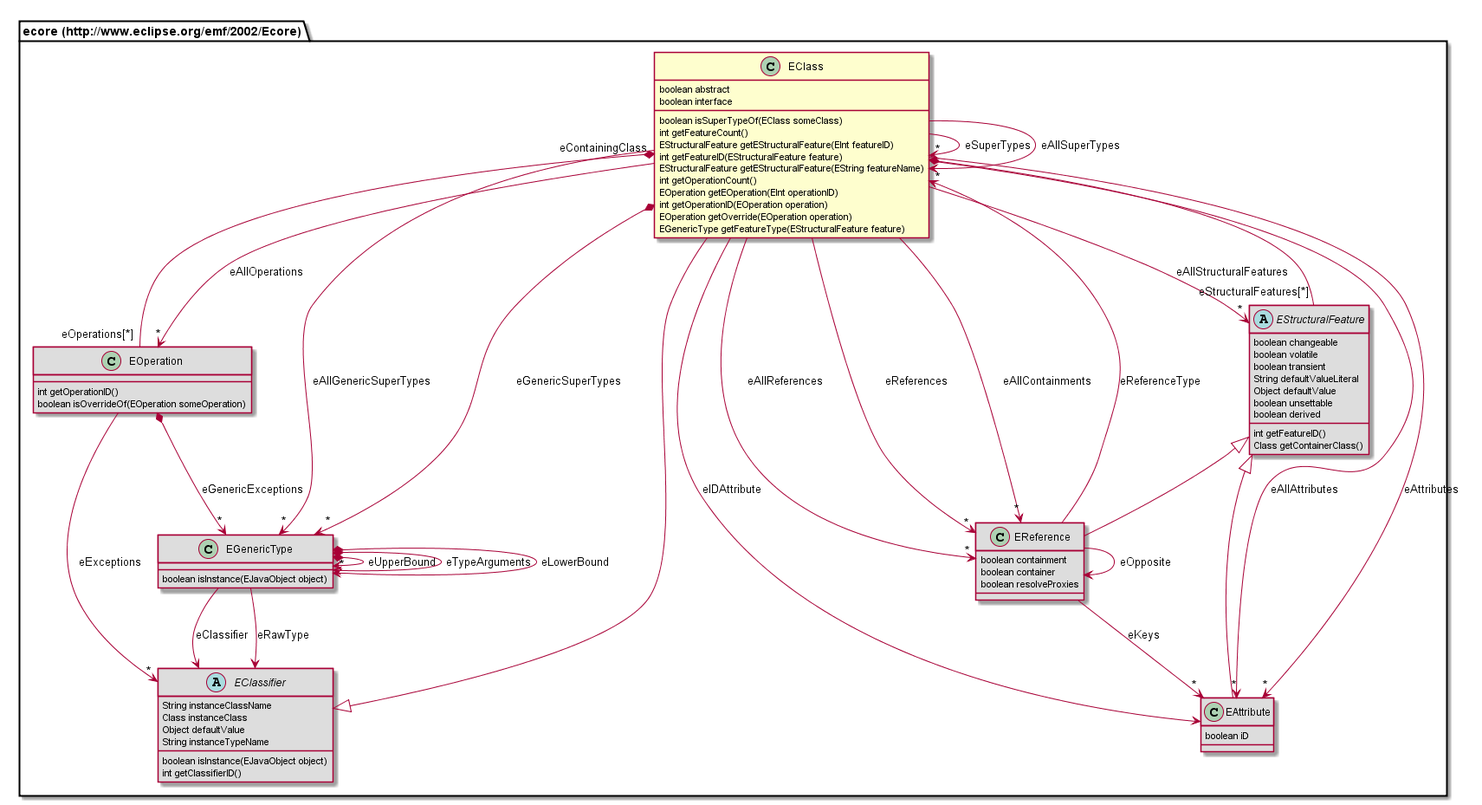
The PlantUML diagram org.nasdanika.cdo.security/site/resources/modeldoc/687474703a2f2f7777772e65636c697073652e6f72672f656d662f323030322f45636f7265/EClass.png in Nasdanika/server, before a commit.
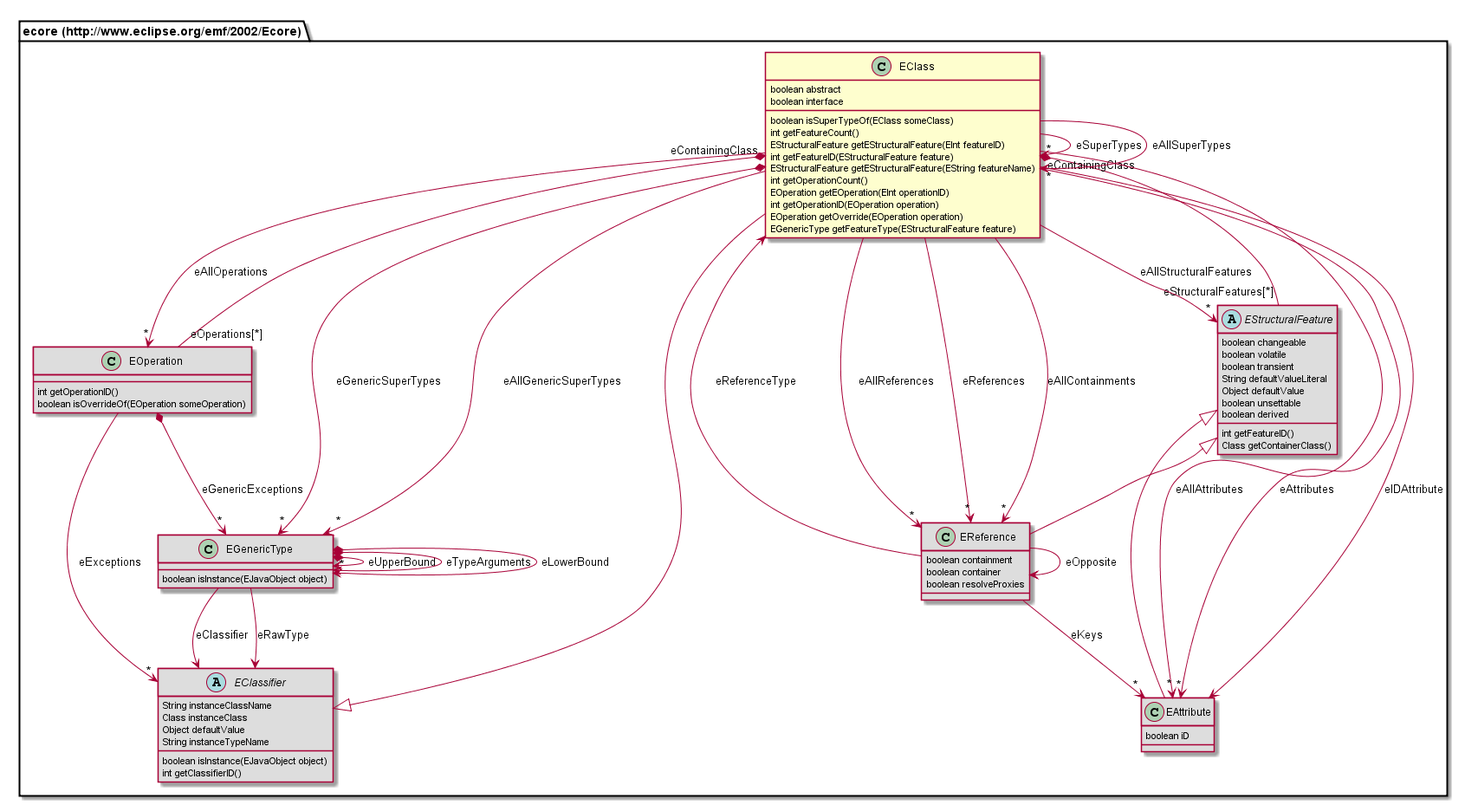
The same file after the commit.

Change to the diagram source:
```diff
@@ -1,5 +1,5 @@
 @startuml
-class "ecore (http://www.eclipse.org/emf/2002/Ecore).EClass" {
+class "ecore (http://www.eclipse.org/emf/2002/Ecore).EClass" [[#router/doc-content/687474703a2f2f7777772e65636c697073652e6f72672f656d662f323030322f45636f7265/EClass.html]] {
 	boolean abstract
 	boolean interface
 	boolean isSuperTypeOf(EClass someClass)
@@ -13,27 +13,22 @@
 	EOperation getOverride(EOperation operation)
 	EGenericType getFeatureType(EStructuralFeature feature)
 }
-class "ecore (http://www.eclipse.org/emf/2002/Ecore).EOperation" #DDDDDD {
+class "ecore (http://www.eclipse.org/emf/2002/Ecore).EOperation" [[#router/doc-content/687474703a2f2f7777772e65636c697073652e6f72672f656d662f323030322f45636f7265/EOperation.html]] #DDDDDD {
 	int getOperationID()
 	boolean isOverrideOf(EOperation someOperation)
 }
-class "ecore (http://www.eclipse.org/emf/2002/Ecore).EGenericType" #DDDDDD {
+class "ecore (http://www.eclipse.org/emf/2002/Ecore).EGenericType" [[#router/doc-content/687474703a2f2f7777772e65636c697073652e6f72672f656d662f323030322f45636f7265/EGenericType.html]] #DDDDDD {
 	boolean isInstance(EJavaObject object)
 }
-class "ecore (http://www.eclipse.org/emf/2002/Ecore).EReference" #DDDDDD {
+class "ecore (http://www.eclipse.org/emf/2002/Ecore).EAttribute" [[#router/doc-content/687474703a2f2f7777772e65636c697073652e6f72672f656d662f323030322f45636f7265/EAttribute.html]] #DDDDDD {
+	boolean iD
+}
+class "ecore (http://www.eclipse.org/emf/2002/Ecore).EReference" [[#router/doc-content/687474703a2f2f7777772e65636c697073652e6f72672f656d662f323030322f45636f7265/EReference.html]] #DDDDDD {
 	boolean containment
 	boolean container
 	boolean resolveProxies
 }
-abstract class "ecore (http://www.eclipse.org/emf/2002/Ecore).EClassifier" #DDDDDD {
-	String instanceClassName
-	Class instanceClass
-	Object defaultValue
-	String instanceTypeName
-	boolean isInstance(EJavaObject object)
-	int getClassifierID()
-}
-abstract class "ecore (http://www.eclipse.org/emf/2002/Ecore).EStructuralFeature" #DDDDDD {
+abstract class "ecore (http://www.eclipse.org/emf/2002/Ecore).EStructuralFeature" [[#router/doc-content/687474703a2f2f7777772e65636c697073652e6f72672f656d662f323030322f45636f7265/EStructuralFeature.html]] #DDDDDD {
 	boolean changeable
 	boolean volatile
 	boolean transient
@@ -44,12 +39,17 @@
 	int getFeatureID()
 	Class getContainerClass()
 }
-class "ecore (http://www.eclipse.org/emf/2002/Ecore).EAttribute" #DDDDDD {
-	boolean iD
+abstract class "ecore (http://www.eclipse.org/emf/2002/Ecore).EClassifier" [[#router/doc-content/687474703a2f2f7777772e65636c697073652e6f72672f656d662f323030322f45636f7265/EClassifier.html]] #DDDDDD {
+	String instanceClassName
+	Class instanceClass
+	Object defaultValue
+	String instanceTypeName
+	boolean isInstance(EJavaObject object)
+	int getClassifierID()
 }
+"ecore (http://www.eclipse.org/emf/2002/Ecore).EStructuralFeature" <|-- "ecore (http://www.eclipse.org/emf/2002/Ecore).EAttribute"
+"ecore (http://www.eclipse.org/emf/2002/Ecore).EStructuralFeature" <|-- "ecore (http://www.eclipse.org/emf/2002/Ecore).EReference"
 "ecore (http://www.eclipse.org/emf/2002/Ecore).EClassifier" <|-- "ecore (http://www.eclipse.org/emf/2002/Ecore).EClass"
-"ecore (http://www.eclipse.org/emf/2002/Ecore).EStructuralFeature" <|-- "ecore (http://www.eclipse.org/emf/2002/Ecore).EReference"
-"ecore (http://www.eclipse.org/emf/2002/Ecore).EStructuralFeature" <|-- "ecore (http://www.eclipse.org/emf/2002/Ecore).EAttribute"
 "ecore (http://www.eclipse.org/emf/2002/Ecore).EOperation" "eOperations[*]" --* "eContainingClass" "ecore (http://www.eclipse.org/emf/2002/Ecore).EClass"
 "ecore (http://www.eclipse.org/emf/2002/Ecore).EOperation" --> "*" "ecore (http://www.eclipse.org/emf/2002/Ecore).EClassifier" : eExceptions
 "ecore (http://www.eclipse.org/emf/2002/Ecore).EOperation" *--> "*" "ecore (http://www.eclipse.org/emf/2002/Ecore).EGenericType" : eGenericExceptions
@@ -58,6 +58,10 @@
 "ecore (http://www.eclipse.org/emf/2002/Ecore).EGenericType" --> "ecore (http://www.eclipse.org/emf/2002/Ecore).EClassifier" : eRawType
 "ecore (http://www.eclipse.org/emf/2002/Ecore).EGenericType" *--> "ecore (http://www.eclipse.org/emf/2002/Ecore).EGenericType" : eLowerBound
 "ecore (http://www.eclipse.org/emf/2002/Ecore).EGenericType" --> "ecore (http://www.eclipse.org/emf/2002/Ecore).EClassifier" : eClassifier
+"ecore (http://www.eclipse.org/emf/2002/Ecore).EReference" --> "ecore (http://www.eclipse.org/emf/2002/Ecore).EReference" : eOpposite
+"ecore (http://www.eclipse.org/emf/2002/Ecore).EReference" --> "ecore (http://www.eclipse.org/emf/2002/Ecore).EClass" : eReferenceType
+"ecore (http://www.eclipse.org/emf/2002/Ecore).EReference" --> "*" "ecore (http://www.eclipse.org/emf/2002/Ecore).EAttribute" : eKeys
+"ecore (http://www.eclipse.org/emf/2002/Ecore).EStructuralFeature" "eStructuralFeatures[*]" --* "eContainingClass" "ecore (http://www.eclipse.org/emf/2002/Ecore).EClass"
 "ecore (http://www.eclipse.org/emf/2002/Ecore).EClass" --> "*" "ecore (http://www.eclipse.org/emf/2002/Ecore).EClass" : eSuperTypes
 "ecore (http://www.eclipse.org/emf/2002/Ecore).EClass" --> "*" "ecore (http://www.eclipse.org/emf/2002/Ecore).EAttribute" : eAllAttributes
 "ecore (http://www.eclipse.org/emf/2002/Ecore).EClass" --> "*" "ecore (http://www.eclipse.org/emf/2002/Ecore).EReference" : eAllReferences
@@ -68,10 +72,6 @@
 "ecore (http://www.eclipse.org/emf/2002/Ecore).EClass" --> "*" "ecore (http://www.eclipse.org/emf/2002/Ecore).EStructuralFeature" : eAllStructuralFeatures
 "ecore (http://www.eclipse.org/emf/2002/Ecore).EClass" --> "*" "ecore (http://www.eclipse.org/emf/2002/Ecore).EClass" : eAllSuperTypes
 "ecore (http://www.eclipse.org/emf/2002/Ecore).EClass" --> "ecore (http://www.eclipse.org/emf/2002/Ecore).EAttribute" : eIDAttribute
-"ecore (http://www.eclipse.org/emf/2002/Ecore).EClass" *-- "eStructuralFeatures[*]" "ecore (http://www.eclipse.org/emf/2002/Ecore).EStructuralFeature"
 "ecore (http://www.eclipse.org/emf/2002/Ecore).EClass" *--> "*" "ecore (http://www.eclipse.org/emf/2002/Ecore).EGenericType" : eGenericSuperTypes
 "ecore (http://www.eclipse.org/emf/2002/Ecore).EClass" --> "*" "ecore (http://www.eclipse.org/emf/2002/Ecore).EGenericType" : eAllGenericSuperTypes
-"ecore (http://www.eclipse.org/emf/2002/Ecore).EReference" --> "ecore (http://www.eclipse.org/emf/2002/Ecore).EReference" : eOpposite
-"ecore (http://www.eclipse.org/emf/2002/Ecore).EReference" --> "ecore (http://www.eclipse.org/emf/2002/Ecore).EClass" : eReferenceType
-"ecore (http://www.eclipse.org/emf/2002/Ecore).EReference" --> "*" "ecore (http://www.eclipse.org/emf/2002/Ecore).EAttribute" : eKeys
 @enduml
```
